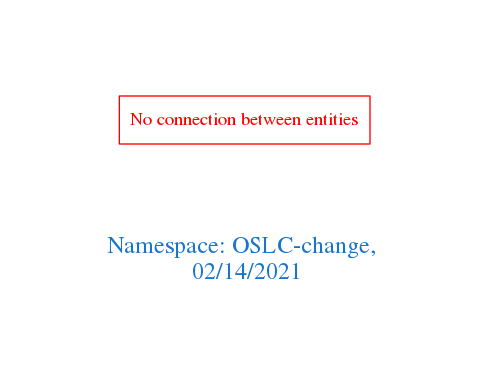
Above: downloads/OSLC-change.png in arago/OGIT (Graphviz), before the change. Its source is kept beside it as downloads/OSLC-change.dot.
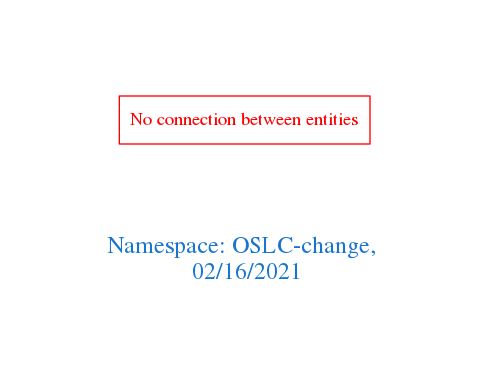
The same file after the commit.

Change to the diagram source:
```diff
@@ -1,7 +1,7 @@
 digraph OGIT_ontology {
  graph [ rankdir= LR,pad=1
 fontsize = 18,
-fontcolor= dodgerblue3,label = "\n\n\nNamespace: OSLC-change, \n 02/14/2021"];
+fontcolor= dodgerblue3,label = "\n\n\nNamespace: OSLC-change, \n 02/16/2021"];
 node[shape=polygon];
 edge [  color="gray81"];
 
```
